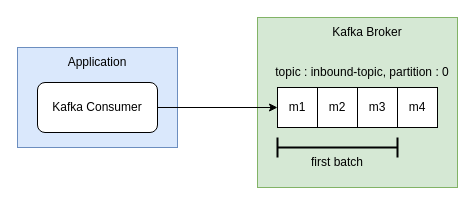
Above: drawio/kafka/kafka-batch-consumer-retry-1.drawio in windowforsun/blog (draw.io), before the change. Source tidied: cells renumbered, new cells numbered last; positions are measured from the earlier drawing's top-left corner, leaving out a move shared by most shapes. Both pictures are drawn from the tidied source at 100%, with x=0, y=0 at pixel (17, 17).
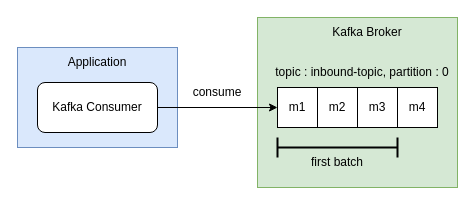
After the change.

Diff of the diagram source:
```diff
@@
 <mxGraphModel>
   <root>
     <mxCell id="0" />
     <mxCell id="1" parent="0" />
     <mxCell id="2" style="rounded=0;whiteSpace=wrap;html=1;fillColor=#dae8fc;strokeColor=#6c8ebf;" parent="1" vertex="1">
       <mxGeometry y="30" width="160" height="100" as="geometry" />
     </mxCell>
     <mxCell id="3" value="Application" style="text;html=1;align=center;verticalAlign=middle;whiteSpace=wrap;rounded=0;" parent="1" vertex="1">
       <mxGeometry x="30" y="30" width="100" height="30" as="geometry" />
     </mxCell>
     <mxCell id="4" value="Kafka Consumer" style="rounded=1;whiteSpace=wrap;html=1;" parent="1" vertex="1">
       <mxGeometry x="20" y="65" width="120" height="50" as="geometry" />
     </mxCell>
     <mxCell id="5" style="rounded=0;whiteSpace=wrap;html=1;fillColor=#d5e8d4;strokeColor=#82b366;" parent="1" vertex="1">
       <mxGeometry x="240" width="200" height="170" as="geometry" />
     </mxCell>
     <mxCell id="6" value="Kafka Broker" style="text;html=1;align=center;verticalAlign=middle;whiteSpace=wrap;rounded=0;" parent="1" vertex="1">
       <mxGeometry x="300" width="100" height="30" as="geometry" />
     </mxCell>
     <mxCell id="7" value="topic : inbound-topic, partition : 0" style="text;html=1;align=center;verticalAlign=middle;whiteSpace=wrap;rounded=0;" parent="1" vertex="1">
       <mxGeometry x="250" y="40" width="190" height="30" as="geometry" />
     </mxCell>
     <mxCell id="8" style="group;" parent="1" vertex="1">
       <mxGeometry x="260" y="70" width="160" height="40" as="geometry" />
     </mxCell>
     <mxCell id="9" value="m1" style="rounded=0;whiteSpace=wrap;html=1;" parent="8" vertex="1">
       <mxGeometry width="40" height="40" as="geometry" />
     </mxCell>
     <mxCell id="10" value="m2" style="rounded=0;whiteSpace=wrap;html=1;" parent="8" vertex="1">
       <mxGeometry x="40" width="40" height="40" as="geometry" />
     </mxCell>
     <mxCell id="11" value="m3" style="rounded=0;whiteSpace=wrap;html=1;" parent="8" vertex="1">
       <mxGeometry x="80" width="40" height="40" as="geometry" />
     </mxCell>
     <mxCell id="12" value="m4" style="rounded=0;whiteSpace=wrap;html=1;" parent="8" vertex="1">
       <mxGeometry x="120" width="40" height="40" as="geometry" />
     </mxCell>
     <mxCell id="13" style="shape=crossbar;whiteSpace=wrap;html=1;rounded=1;strokeWidth=2;" parent="1" vertex="1">
       <mxGeometry x="260" y="120" width="120" height="20" as="geometry" />
     </mxCell>
     <mxCell id="14" value="first batch" style="text;html=1;align=center;verticalAlign=middle;whiteSpace=wrap;rounded=0;" parent="1" vertex="1">
       <mxGeometry x="290" y="130" width="60" height="30" as="geometry" />
     </mxCell>
     <mxCell id="15" style="edgeStyle=orthogonalEdgeStyle;rounded=0;jettySize=auto;html=1;entryX=0;entryY=0.5;entryDx=0;entryDy=0;" parent="1" edge="1" source="4" target="9">
       <mxGeometry relative="1" as="geometry" />
     </mxCell>
+    <mxCell id="16" value="consume" style="text;html=1;align=center;verticalAlign=middle;whiteSpace=wrap;rounded=0;" parent="1" vertex="1">
+      <mxGeometry x="170" y="60" width="60" height="30" as="geometry" />
+    </mxCell>
   </root>
 </mxGraphModel>
```
